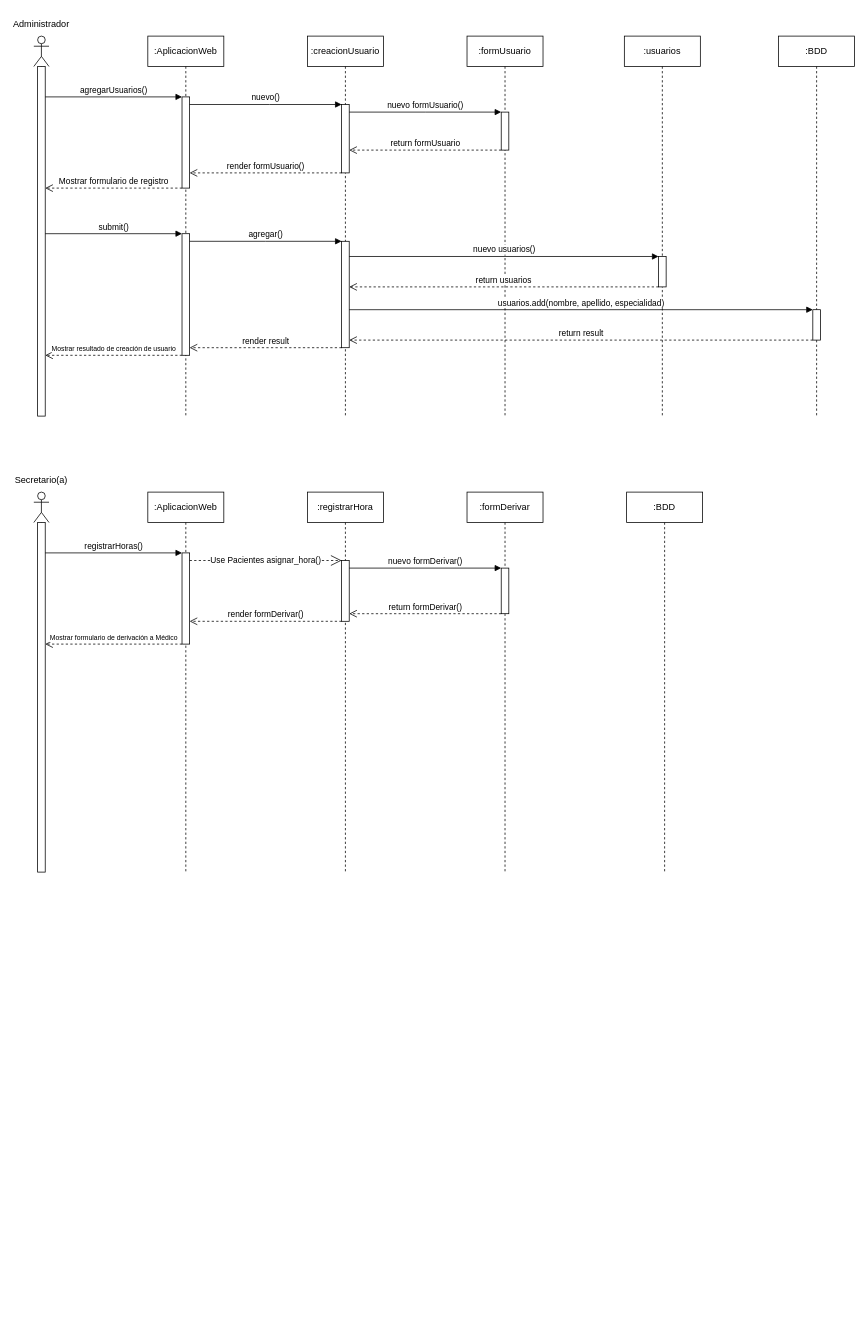
Above: diagramasSecuencias.drawio in jiPEYgi/diagramasModelamiento (draw.io), before the change. Source tidied: cells renumbered, new cells numbered last; positions are measured from the earlier drawing's top-left corner, leaving out a move shared by most shapes. Both pictures are drawn from the tidied source at 76%, with x=0, y=0 at pixel (18, 13).
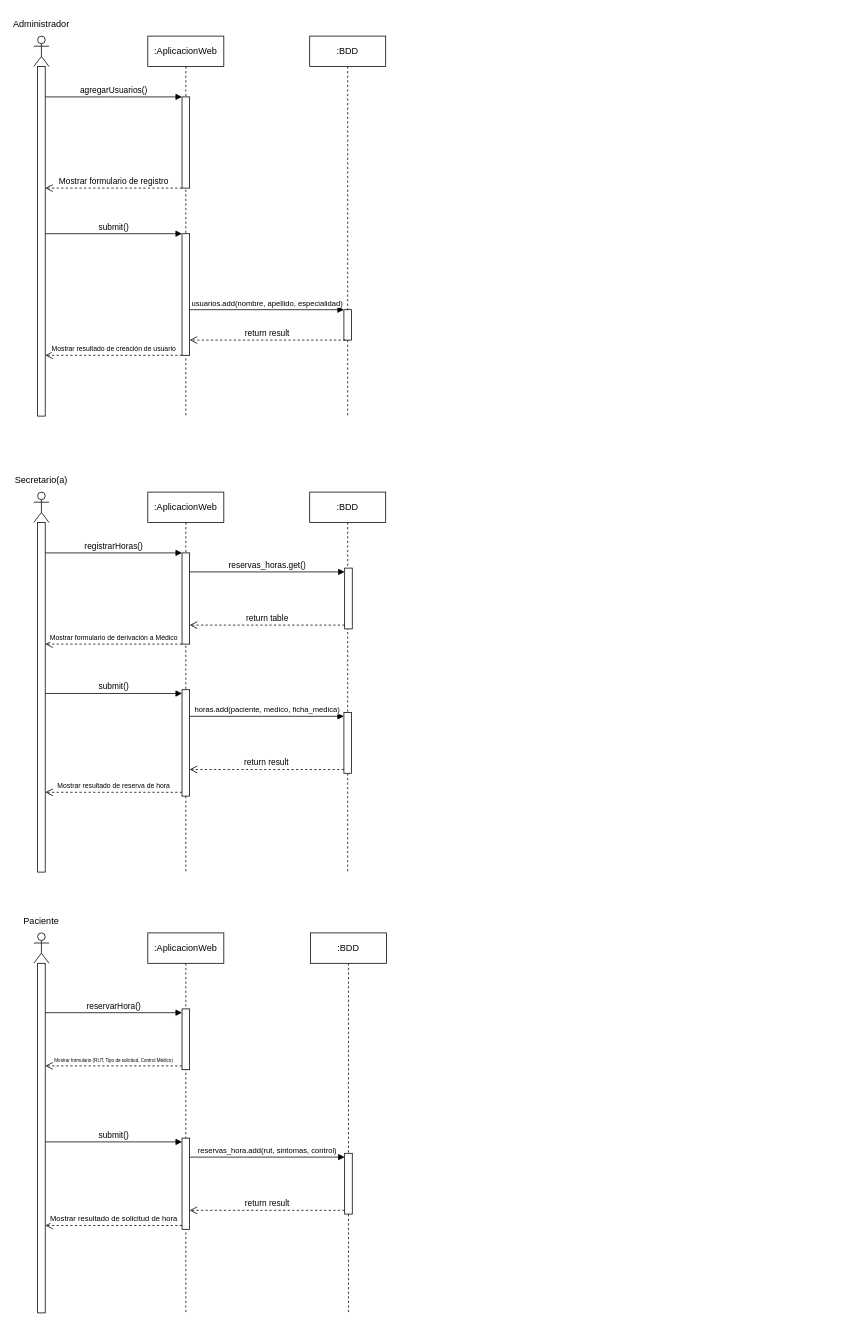
The same page after the edit.

The change refers to these unchanged cells:
```xml
<mxCell id="6" style="html=1;points=[[0,0,0,0,5],[0,1,0,0,-5],[1,0,0,0,5],[1,1,0,0,-5]];perimeter=orthogonalPerimeter;outlineConnect=0;targetShapes=umlLifeline;portConstraint=eastwest;newEdgeStyle={&quot;curved&quot;:0,&quot;rounded&quot;:0};" parent="5" vertex="1">
  <mxGeometry x="45" y="80" width="10" height="120" as="geometry" />
</mxCell>
<mxCell id="7" style="html=1;points=[[0,0,0,0,5],[0,1,0,0,-5],[1,0,0,0,5],[1,1,0,0,-5]];perimeter=orthogonalPerimeter;outlineConnect=0;targetShapes=umlLifeline;portConstraint=eastwest;newEdgeStyle={&quot;curved&quot;:0,&quot;rounded&quot;:0};" parent="5" vertex="1">
  <mxGeometry x="45" y="260" width="10" height="160" as="geometry" />
</mxCell>
<mxCell id="26" style="html=1;points=[[0,0,0,0,5],[0,1,0,0,-5],[1,0,0,0,5],[1,1,0,0,-5]];perimeter=orthogonalPerimeter;outlineConnect=0;targetShapes=umlLifeline;portConstraint=eastwest;newEdgeStyle={&quot;curved&quot;:0,&quot;rounded&quot;:0};" parent="25" vertex="1">
  <mxGeometry x="45" y="360" width="10" height="40" as="geometry" />
</mxCell>
<mxCell id="32" style="html=1;points=[[0,0,0,0,5],[0,1,0,0,-5],[1,0,0,0,5],[1,1,0,0,-5]];perimeter=orthogonalPerimeter;outlineConnect=0;targetShapes=umlLifeline;portConstraint=eastwest;newEdgeStyle={&quot;curved&quot;:0,&quot;rounded&quot;:0};" parent="31" vertex="1">
  <mxGeometry x="5" y="40" width="10" height="460" as="geometry" />
</mxCell>
<mxCell id="34" value=":AplicacionWeb" style="shape=umlLifeline;perimeter=lifelinePerimeter;whiteSpace=wrap;html=1;newEdgeStyle={&quot;curved&quot;:0,&quot;rounded&quot;:0};" parent="1" vertex="1">
  <mxGeometry x="170" y="630" width="100" height="500" as="geometry" />
</mxCell>
<mxCell id="35" style="html=1;points=[[0,0,0,0,5],[0,1,0,0,-5],[1,0,0,0,5],[1,1,0,0,-5]];perimeter=orthogonalPerimeter;outlineConnect=0;targetShapes=umlLifeline;portConstraint=eastwest;newEdgeStyle={&quot;curved&quot;:0,&quot;rounded&quot;:0};" parent="34" vertex="1">
  <mxGeometry x="45" y="80" width="10" height="120" as="geometry" />
</mxCell>
```

Change to the diagram source:
```diff
@@
-    <mxCell id="9" value=":creacionUsuario" style="shape=umlLifeline;perimeter=lifelinePerimeter;whiteSpace=wrap;html=1;newEdgeStyle={&quot;curved&quot;:0,&quot;rounded&quot;:0};" parent="1" vertex="1">
-      <mxGeometry x="380" y="30" width="100" height="500" as="geometry" />
-    </mxCell>
-    <mxCell id="10" style="html=1;points=[[0,0,0,0,5],[0,1,0,0,-5],[1,0,0,0,5],[1,1,0,0,-5]];perimeter=orthogonalPerimeter;outlineConnect=0;targetShapes=umlLifeline;portConstraint=eastwest;newEdgeStyle={&quot;curved&quot;:0,&quot;rounded&quot;:0};" parent="9" vertex="1">
-      <mxGeometry x="45" y="90" width="10" height="90" as="geometry" />
-    </mxCell>
-    <mxCell id="11" style="html=1;points=[[0,0,0,0,5],[0,1,0,0,-5],[1,0,0,0,5],[1,1,0,0,-5]];perimeter=orthogonalPerimeter;outlineConnect=0;targetShapes=umlLifeline;portConstraint=eastwest;newEdgeStyle={&quot;curved&quot;:0,&quot;rounded&quot;:0};" parent="9" vertex="1">
-      <mxGeometry x="45" y="270" width="10" height="140" as="geometry" />
-    </mxCell>
-    <mxCell id="12" value="nuevo()" style="html=1;verticalAlign=bottom;endArrow=block;curved=0;rounded=0;" parent="1" edge="1" source="6" target="10">
-      <mxGeometry relative="1" as="geometry">
-        <Array as="points">
-          <mxPoint x="330" y="120" />
-        </Array>
-      </mxGeometry>
-    </mxCell>
-    <mxCell id="13" value="render formUsuario()" style="html=1;verticalAlign=bottom;endArrow=open;dashed=1;endSize=8;curved=0;rounded=0;" parent="1" edge="1" source="10" target="6">
-      <mxGeometry relative="1" as="geometry">
-        <Array as="points">
-          <mxPoint x="330" y="210" />
-        </Array>
-      </mxGeometry>
-    </mxCell>
-    <mxCell id="14" value=":formUsuario" style="shape=umlLifeline;perimeter=lifelinePerimeter;whiteSpace=wrap;html=1;newEdgeStyle={&quot;curved&quot;:0,&quot;rounded&quot;:0};" parent="1" vertex="1">
-      <mxGeometry x="590" y="30" width="100" height="500" as="geometry" />
-    </mxCell>
-    <mxCell id="15" style="html=1;points=[[0,0,0,0,5],[0,1,0,0,-5],[1,0,0,0,5],[1,1,0,0,-5]];perimeter=orthogonalPerimeter;outlineConnect=0;targetShapes=umlLifeline;portConstraint=eastwest;newEdgeStyle={&quot;curved&quot;:0,&quot;rounded&quot;:0};" parent="14" vertex="1">
-      <mxGeometry x="45" y="100" width="10" height="50" as="geometry" />
-    </mxCell>
-    <mxCell id="16" value="nuevo formUsuario()" style="html=1;verticalAlign=bottom;endArrow=block;curved=0;rounded=0;" parent="1" edge="1" source="10" target="15">
-      <mxGeometry relative="1" as="geometry">
-        <Array as="points">
-          <mxPoint x="535" y="130" />
-        </Array>
-      </mxGeometry>
-    </mxCell>
-    <mxCell id="17" value="return formUsuario" style="html=1;verticalAlign=bottom;endArrow=open;dashed=1;endSize=8;curved=0;rounded=0;" parent="1" edge="1" source="15" target="10">
-      <mxGeometry relative="1" as="geometry">
-        <Array as="points">
-          <mxPoint x="530" y="180" />
-        </Array>
-      </mxGeometry>
-    </mxCell>
@@
-    <mxCell id="20" value="agregar()" style="html=1;verticalAlign=bottom;endArrow=block;curved=0;rounded=0;" parent="1" edge="1">
-      <mxGeometry relative="1" as="geometry">
-        <mxPoint x="225" y="300" as="sourcePoint" />
-        <mxPoint x="425" y="300" as="targetPoint" />
-        <Array as="points">
-          <mxPoint x="325" y="300" />
-        </Array>
-      </mxGeometry>
-    </mxCell>
-    <mxCell id="21" value=":usuarios" style="shape=umlLifeline;perimeter=lifelinePerimeter;whiteSpace=wrap;html=1;newEdgeStyle={&quot;curved&quot;:0,&quot;rounded&quot;:0};" parent="1" vertex="1">
-      <mxGeometry x="797" y="30" width="100" height="500" as="geometry" />
-    </mxCell>
-    <mxCell id="22" style="html=1;points=[[0,0,0,0,5],[0,1,0,0,-5],[1,0,0,0,5],[1,1,0,0,-5]];perimeter=orthogonalPerimeter;outlineConnect=0;targetShapes=umlLifeline;portConstraint=eastwest;newEdgeStyle={&quot;curved&quot;:0,&quot;rounded&quot;:0};" parent="21" vertex="1">
-      <mxGeometry x="45" y="290" width="10" height="40" as="geometry" />
-    </mxCell>
-    <mxCell id="23" value="nuevo usuarios()" style="html=1;verticalAlign=bottom;endArrow=block;curved=0;rounded=0;" parent="1" edge="1" source="11" target="22">
-      <mxGeometry relative="1" as="geometry">
-        <Array as="points">
-          <mxPoint x="740" y="320" />
-        </Array>
-      </mxGeometry>
-    </mxCell>
-    <mxCell id="24" value="return usuarios" style="html=1;verticalAlign=bottom;endArrow=open;dashed=1;endSize=8;curved=0;rounded=0;" parent="1" edge="1">
-      <mxGeometry relative="1" as="geometry">
-        <mxPoint x="842" y="360" as="sourcePoint" />
-        <mxPoint x="435" y="360" as="targetPoint" />
-      </mxGeometry>
-    </mxCell>
     <mxCell id="25" value=":BDD" style="shape=umlLifeline;perimeter=lifelinePerimeter;whiteSpace=wrap;html=1;newEdgeStyle={&quot;curved&quot;:0,&quot;rounded&quot;:0};" parent="1" vertex="1">
-      <mxGeometry x="1000" y="30" width="100" height="500" as="geometry" />
+      <mxGeometry x="383" y="30" width="100" height="500" as="geometry" />
     </mxCell>
@@
-    <mxCell id="27" value="usuarios.add(nombre, apellido, especialidad)" style="html=1;verticalAlign=bottom;endArrow=block;curved=0;rounded=0;" parent="1" edge="1" source="11" target="26">
+    <mxCell id="27" value="&lt;font style=&quot;font-size: 10px;&quot;&gt;usuarios.add(nombre, apellido, especialidad)&lt;/font&gt;" style="html=1;verticalAlign=bottom;endArrow=block;curved=0;rounded=0;" parent="1" edge="1" source="7" target="26">
       <mxGeometry relative="1" as="geometry" />
     </mxCell>
     <mxCell id="28" value="return result" style="html=1;verticalAlign=bottom;endArrow=open;dashed=1;endSize=8;curved=0;rounded=0;" parent="1" edge="1">
       <mxGeometry relative="1" as="geometry">
-        <mxPoint x="1045" y="430" as="sourcePoint" />
-        <mxPoint x="435" y="430" as="targetPoint" />
+        <mxPoint x="430" y="430" as="sourcePoint" />
+        <mxPoint x="225" y="430" as="targetPoint" />
       </mxGeometry>
     </mxCell>
-    <mxCell id="29" value="render result" style="html=1;verticalAlign=bottom;endArrow=open;dashed=1;endSize=8;curved=0;rounded=0;" parent="1" edge="1" source="11" target="7">
-      <mxGeometry relative="1" as="geometry">
-        <Array as="points">
-          <mxPoint x="325" y="440" />
-        </Array>
-      </mxGeometry>
-    </mxCell>
@@
-    <mxCell id="36" value=":registrarHora" style="shape=umlLifeline;perimeter=lifelinePerimeter;whiteSpace=wrap;html=1;newEdgeStyle={&quot;curved&quot;:0,&quot;rounded&quot;:0};" parent="1" vertex="1">
-      <mxGeometry x="380" y="630" width="100" height="500" as="geometry" />
-    </mxCell>
-    <mxCell id="37" style="html=1;perimeter=orthogonalPerimeter;targetShapes=umlLifeline;newEdgeStyle={&quot;curved&quot;:0,&quot;rounded&quot;:0};" parent="36" vertex="1">
-      <mxGeometry x="45" y="90" width="10" height="80" as="geometry" />
-    </mxCell>
-    <mxCell id="38" value=":formDerivar" style="shape=umlLifeline;perimeter=lifelinePerimeter;whiteSpace=wrap;html=1;newEdgeStyle={&quot;curved&quot;:0,&quot;rounded&quot;:0};" parent="1" vertex="1">
-      <mxGeometry x="590" y="630" width="100" height="500" as="geometry" />
-    </mxCell>
-    <mxCell id="39" style="html=1;perimeter=orthogonalPerimeter;targetShapes=umlLifeline;newEdgeStyle={&quot;curved&quot;:0,&quot;rounded&quot;:0};" parent="38" vertex="1">
-      <mxGeometry x="45" y="100" width="10" height="60" as="geometry" />
-    </mxCell>
+    <mxCell id="47" style="html=1;points=[[0,0,0,0,5],[0,1,0,0,-5],[1,0,0,0,5],[1,1,0,0,-5]];perimeter=orthogonalPerimeter;outlineConnect=0;targetShapes=umlLifeline;portConstraint=eastwest;newEdgeStyle={&quot;curved&quot;:0,&quot;rounded&quot;:0};" parent="34" vertex="1">
+      <mxGeometry x="45" y="260" width="10" height="140" as="geometry" />
+    </mxCell>
     <mxCell id="40" value=":BDD" style="shape=umlLifeline;perimeter=lifelinePerimeter;whiteSpace=wrap;html=1;newEdgeStyle={&quot;curved&quot;:0,&quot;rounded&quot;:0};" parent="1" vertex="1">
-      <mxGeometry x="800" y="630" width="100" height="500" as="geometry" />
+      <mxGeometry x="383" y="630" width="100" height="500" as="geometry" />
     </mxCell>
+    <mxCell id="48" style="html=1;points=[[0,0,0,0,5],[0,1,0,0,-5],[1,0,0,0,5],[1,1,0,0,-5]];perimeter=orthogonalPerimeter;outlineConnect=0;targetShapes=umlLifeline;portConstraint=eastwest;newEdgeStyle={&quot;curved&quot;:0,&quot;rounded&quot;:0};" parent="40" vertex="1">
+      <mxGeometry x="45" y="290" width="10" height="80" as="geometry" />
+    </mxCell>
+    <mxCell id="49" style="html=1;points=[[0,0,0,0,5],[0,1,0,0,-5],[1,0,0,0,5],[1,1,0,0,-5]];perimeter=orthogonalPerimeter;outlineConnect=0;targetShapes=umlLifeline;portConstraint=eastwest;newEdgeStyle={&quot;curved&quot;:0,&quot;rounded&quot;:0};" parent="40" vertex="1">
+      <mxGeometry x="46" y="100" width="10" height="80" as="geometry" />
+    </mxCell>
@@
-    <mxCell id="42" value="Use Pacientes asignar_hora()" style="endArrow=open;endSize=12;dashed=1;html=1;rounded=0;" parent="1" edge="1">
-      <mxGeometry relative="1" as="geometry">
-        <mxPoint x="225" y="720" as="sourcePoint" />
-        <mxPoint x="425" y="720" as="targetPoint" />
-      </mxGeometry>
-    </mxCell>
-    <mxCell id="43" value="nuevo formDerivar()" style="html=1;verticalAlign=bottom;endArrow=block;curved=0;rounded=0;" parent="1" edge="1">
-      <mxGeometry relative="1" as="geometry">
-        <mxPoint x="435" y="730" as="sourcePoint" />
-        <mxPoint x="635" y="730" as="targetPoint" />
-      </mxGeometry>
-    </mxCell>
-    <mxCell id="44" value="return formDerivar()" style="html=1;verticalAlign=bottom;endArrow=open;dashed=1;endSize=8;curved=0;rounded=0;" parent="1" edge="1">
-      <mxGeometry relative="1" as="geometry">
-        <mxPoint x="635" y="790" as="sourcePoint" />
-        <mxPoint x="435" y="790" as="targetPoint" />
-      </mxGeometry>
-    </mxCell>
-    <mxCell id="45" value="render formDerivar()" style="html=1;verticalAlign=bottom;endArrow=open;dashed=1;endSize=8;curved=0;rounded=0;" parent="1" edge="1">
-      <mxGeometry relative="1" as="geometry">
-        <mxPoint x="425" y="800" as="sourcePoint" />
-        <mxPoint x="225" y="800" as="targetPoint" />
-      </mxGeometry>
-    </mxCell>
@@
+    <mxCell id="50" value="submit()" style="html=1;verticalAlign=bottom;endArrow=block;curved=0;rounded=0;entryX=0;entryY=0;entryDx=0;entryDy=5;" parent="1" edge="1" source="32" target="47">
+      <mxGeometry relative="1" as="geometry" />
+    </mxCell>
+    <mxCell id="51" value="&lt;font style=&quot;font-size: 9px;&quot;&gt;Mostrar resultado de reserva de hora&lt;/font&gt;" style="html=1;verticalAlign=bottom;endArrow=open;dashed=1;endSize=8;curved=0;rounded=0;exitX=0;exitY=1;exitDx=0;exitDy=-5;" parent="1" edge="1" source="47" target="32">
+      <mxGeometry relative="1" as="geometry" />
+    </mxCell>
+    <mxCell id="52" value="&lt;font style=&quot;font-size: 10px;&quot;&gt;horas.add(paciente, medico, ficha_medica)&lt;/font&gt;" style="html=1;verticalAlign=bottom;endArrow=block;curved=0;rounded=0;entryX=0;entryY=0;entryDx=0;entryDy=5;" parent="1" edge="1" source="47" target="48">
+      <mxGeometry relative="1" as="geometry" />
+    </mxCell>
+    <mxCell id="53" value="return result" style="html=1;verticalAlign=bottom;endArrow=open;dashed=1;endSize=8;curved=0;rounded=0;exitX=0;exitY=1;exitDx=0;exitDy=-5;" parent="1" edge="1" source="48" target="47">
+      <mxGeometry relative="1" as="geometry" />
+    </mxCell>
+    <mxCell id="54" style="shape=umlLifeline;perimeter=lifelinePerimeter;whiteSpace=wrap;html=1;newEdgeStyle={&quot;curved&quot;:0,&quot;rounded&quot;:0};participant=umlActor;" parent="1" vertex="1">
+      <mxGeometry x="20" y="1210" width="20" height="500" as="geometry" />
+    </mxCell>
+    <mxCell id="55" style="html=1;points=[[0,0,0,0,5],[0,1,0,0,-5],[1,0,0,0,5],[1,1,0,0,-5]];perimeter=orthogonalPerimeter;outlineConnect=0;targetShapes=umlLifeline;portConstraint=eastwest;newEdgeStyle={&quot;curved&quot;:0,&quot;rounded&quot;:0};" parent="54" vertex="1">
+      <mxGeometry x="5" y="40" width="10" height="460" as="geometry" />
+    </mxCell>
+    <mxCell id="56" value="Paciente" style="text;html=1;whiteSpace=wrap;strokeColor=none;fillColor=none;align=center;verticalAlign=middle;rounded=0;" parent="1" vertex="1">
+      <mxGeometry y="1180" width="60" height="30" as="geometry" />
+    </mxCell>
+    <mxCell id="57" value=":AplicacionWeb" style="shape=umlLifeline;perimeter=lifelinePerimeter;whiteSpace=wrap;html=1;newEdgeStyle={&quot;curved&quot;:0,&quot;rounded&quot;:0};" parent="1" vertex="1">
+      <mxGeometry x="170" y="1210" width="100" height="500" as="geometry" />
+    </mxCell>
+    <mxCell id="58" style="html=1;points=[[0,0,0,0,5],[0,1,0,0,-5],[1,0,0,0,5],[1,1,0,0,-5]];perimeter=orthogonalPerimeter;outlineConnect=0;targetShapes=umlLifeline;portConstraint=eastwest;newEdgeStyle={&quot;curved&quot;:0,&quot;rounded&quot;:0};" parent="57" vertex="1">
+      <mxGeometry x="45" y="100" width="10" height="80" as="geometry" />
+    </mxCell>
+    <mxCell id="59" style="html=1;points=[[0,0,0,0,5],[0,1,0,0,-5],[1,0,0,0,5],[1,1,0,0,-5]];perimeter=orthogonalPerimeter;outlineConnect=0;targetShapes=umlLifeline;portConstraint=eastwest;newEdgeStyle={&quot;curved&quot;:0,&quot;rounded&quot;:0};" parent="57" vertex="1">
+      <mxGeometry x="45" y="270" width="10" height="120" as="geometry" />
+    </mxCell>
+    <mxCell id="60" value=":BDD" style="shape=umlLifeline;perimeter=lifelinePerimeter;whiteSpace=wrap;html=1;newEdgeStyle={&quot;curved&quot;:0,&quot;rounded&quot;:0};" parent="1" vertex="1">
+      <mxGeometry x="384" y="1210" width="100" height="500" as="geometry" />
+    </mxCell>
+    <mxCell id="61" style="html=1;points=[[0,0,0,0,5],[0,1,0,0,-5],[1,0,0,0,5],[1,1,0,0,-5]];perimeter=orthogonalPerimeter;outlineConnect=0;targetShapes=umlLifeline;portConstraint=eastwest;newEdgeStyle={&quot;curved&quot;:0,&quot;rounded&quot;:0};" parent="60" vertex="1">
+      <mxGeometry x="45" y="290" width="10" height="80" as="geometry" />
+    </mxCell>
+    <mxCell id="62" value="reservarHora()" style="html=1;verticalAlign=bottom;endArrow=block;curved=0;rounded=0;entryX=0;entryY=0;entryDx=0;entryDy=5;" parent="1" edge="1" source="55" target="58">
+      <mxGeometry relative="1" as="geometry" />
+    </mxCell>
+    <mxCell id="63" value="&lt;font style=&quot;font-size: 6px;&quot;&gt;Mostrar formulario (RUT, Tipo de solicitud, Control Médico)&lt;/font&gt;" style="html=1;verticalAlign=bottom;endArrow=open;dashed=1;endSize=8;curved=0;rounded=0;exitX=0;exitY=1;exitDx=0;exitDy=-5;" parent="1" edge="1" source="58" target="55">
+      <mxGeometry relative="1" as="geometry" />
+    </mxCell>
+    <mxCell id="64" value="submit()" style="html=1;verticalAlign=bottom;endArrow=block;curved=0;rounded=0;entryX=0;entryY=0;entryDx=0;entryDy=5;" parent="1" edge="1" source="55" target="59">
+      <mxGeometry relative="1" as="geometry" />
+    </mxCell>
+    <mxCell id="65" value="&lt;font style=&quot;font-size: 10px;&quot;&gt;Mostrar resultado de solicitud de hora&lt;/font&gt;" style="html=1;verticalAlign=bottom;endArrow=open;dashed=1;endSize=8;curved=0;rounded=0;exitX=0;exitY=1;exitDx=0;exitDy=-5;" parent="1" edge="1" source="59" target="55">
+      <mxGeometry relative="1" as="geometry" />
+    </mxCell>
+    <mxCell id="66" value="&lt;font style=&quot;font-size: 10px;&quot;&gt;reservas_hora.add(rut, sintomas, control)&lt;/font&gt;" style="html=1;verticalAlign=bottom;endArrow=block;curved=0;rounded=0;entryX=0;entryY=0;entryDx=0;entryDy=5;" parent="1" edge="1" source="59" target="61">
+      <mxGeometry relative="1" as="geometry" />
+    </mxCell>
+    <mxCell id="67" value="return result" style="html=1;verticalAlign=bottom;endArrow=open;dashed=1;endSize=8;curved=0;rounded=0;exitX=0;exitY=1;exitDx=0;exitDy=-5;" parent="1" edge="1" source="61" target="59">
+      <mxGeometry relative="1" as="geometry" />
+    </mxCell>
+    <mxCell id="68" value="reservas_horas.get()" style="html=1;verticalAlign=bottom;endArrow=block;curved=0;rounded=0;entryX=0;entryY=0;entryDx=0;entryDy=5;" parent="1" edge="1" source="35" target="49">
+      <mxGeometry relative="1" as="geometry" />
+    </mxCell>
+    <mxCell id="69" value="return table" style="html=1;verticalAlign=bottom;endArrow=open;dashed=1;endSize=8;curved=0;rounded=0;exitX=0;exitY=1;exitDx=0;exitDy=-5;" parent="1" edge="1" source="49" target="35">
+      <mxGeometry relative="1" as="geometry" />
+    </mxCell>
```
